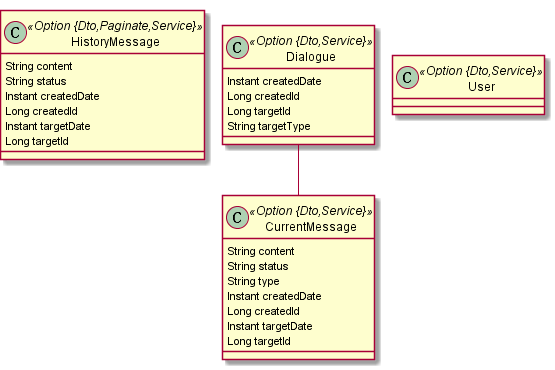
Above: docs/jdl/im.png in dongyanghe/eikesi (PlantUML), before the change.
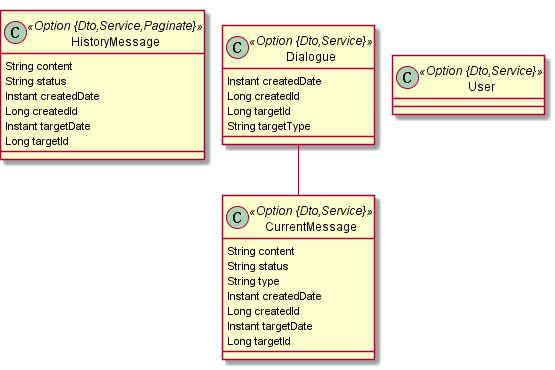
After the commit.

Change to the diagram source:
```diff
@@ -1,7 +1,7 @@
 @startuml
 	!pragma graphviz_dot jdot
 	!pragma syntax class
-	class HistoryMessage <<Option {Dto,Paginate,Service}>> {
+	class HistoryMessage <<Option {Dto,Service,Paginate}>> {
 		String content
 		String status
 		Instant createdDate
```
